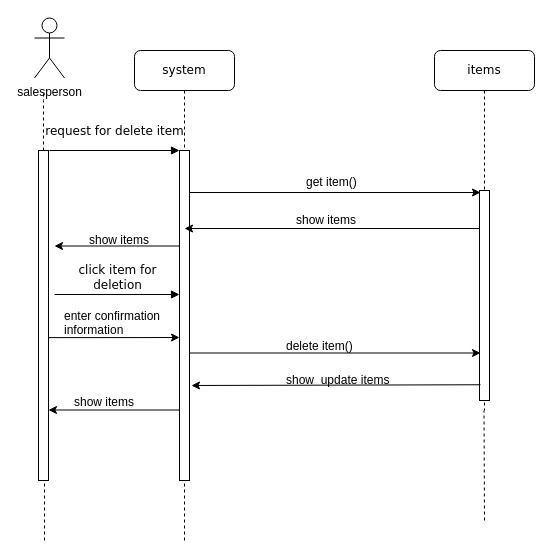
aenad/iut_foods keeps this draw.io diagram as sequence/delete_item.drawio. Above is the earlier version. Source tidied: cells renumbered, new cells numbered last; positions are measured from the earlier drawing's top-left corner, leaving out a move shared by most shapes. Both pictures are drawn from the tidied source at 100%, with x=0, y=0 at pixel (34, 18).
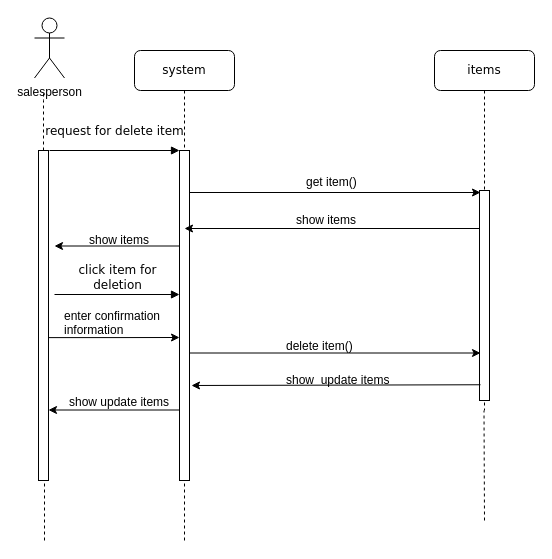
Above is the later version.

What changed in the source:
```diff
@@
-    <mxCell id="22" value="show items" style="text;html=1;align=left;verticalAlign=top;spacingTop=-4;" parent="1" vertex="1">
-      <mxGeometry x="38" y="374" width="80" height="20" as="geometry" />
+    <mxCell id="22" value="show update items" style="text;html=1;align=left;verticalAlign=top;spacingTop=-4;" parent="1" vertex="1">
+      <mxGeometry x="33" y="374" width="120" height="20" as="geometry" />
     </mxCell>
```
